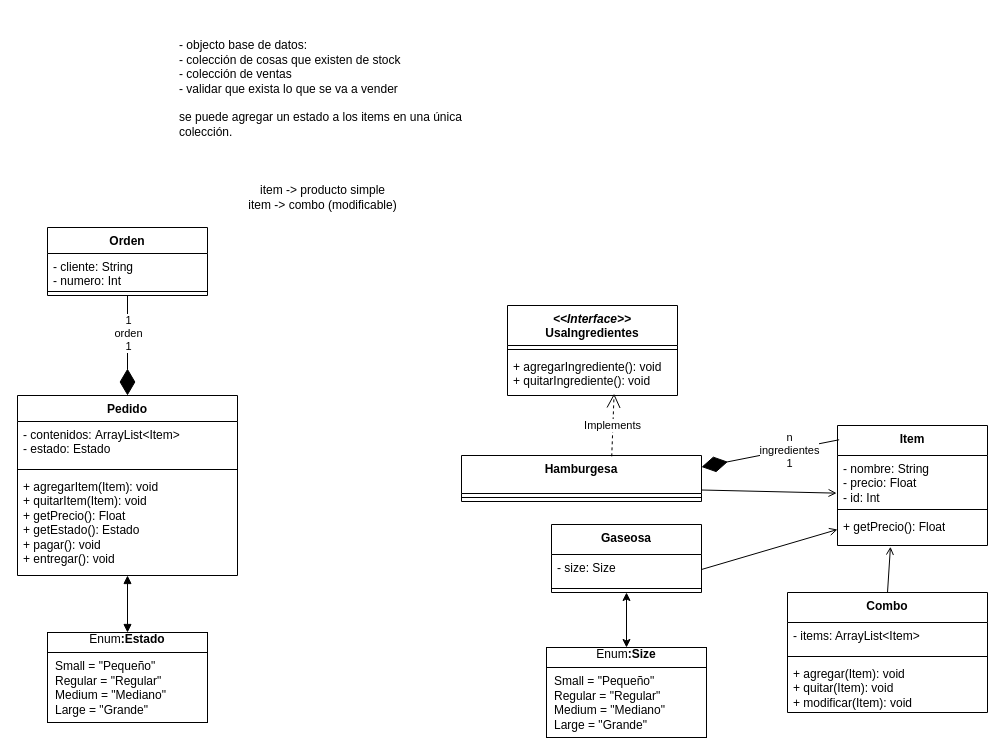
Zasa-san/inspt-programacion2 keeps this draw.io diagram as uml.drawio. Above is the earlier version. Source tidied: cells renumbered, new cells numbered last; positions are measured from the earlier drawing's top-left corner, leaving out a move shared by most shapes. Both pictures are drawn from the tidied source at 100%, with x=0, y=0 at pixel (17, 17).
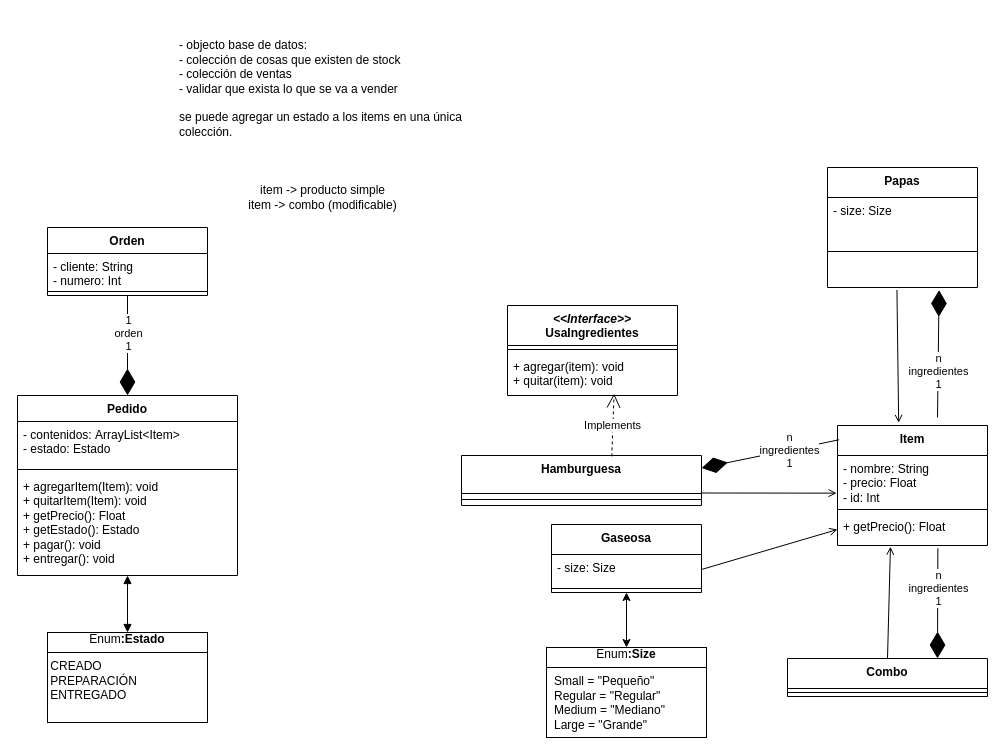
The same diagram, later.

Unchanged cells that the change refers to:
```xml
<mxCell id="5" value="&lt;div&gt;+ agregarItem(Item): void&lt;/div&gt;&lt;div&gt;+ quitarItem(Item): void&lt;/div&gt;&lt;div&gt;+ getPrecio(): Float&lt;/div&gt;&lt;div&gt;+ getEstado(): Estado&lt;/div&gt;&lt;div&gt;+ pagar(): void&lt;/div&gt;&lt;div&gt;+ entregar(): void&lt;/div&gt;" style="text;strokeColor=none;fillColor=none;align=left;verticalAlign=top;spacingLeft=4;spacingRight=4;overflow=hidden;points=[[0,0.5],[1,0.5]];portConstraint=eastwest;whiteSpace=wrap;html=1;" parent="2" vertex="1">
  <mxGeometry y="78" width="220" height="102" as="geometry" />
</mxCell>
<mxCell id="11" value="&lt;div&gt;Item&lt;/div&gt;" style="swimlane;fontStyle=1;align=center;verticalAlign=top;horizontal=1;startSize=30;whiteSpace=wrap;html=1;" parent="1" vertex="1">
  <mxGeometry x="820" y="408" width="150" height="120" as="geometry" />
</mxCell>
<mxCell id="12" value="&lt;div&gt;- nombre: String&lt;/div&gt;&lt;div&gt;- precio: Float&lt;/div&gt;&lt;div&gt;- id: Int&lt;/div&gt;&lt;div&gt;&lt;br&gt;&lt;/div&gt;" style="text;strokeColor=none;fillColor=none;align=left;verticalAlign=top;spacingLeft=4;spacingRight=4;overflow=hidden;points=[[0,0.5],[1,0.5]];portConstraint=eastwest;whiteSpace=wrap;html=1;" parent="11" vertex="1">
  <mxGeometry y="30" width="150" height="50" as="geometry" />
</mxCell>
<mxCell id="14" value="&lt;div&gt;+ getPrecio(): Float&lt;/div&gt;&lt;div&gt;&lt;br&gt;&lt;/div&gt;&lt;div&gt;&lt;br&gt;&lt;/div&gt;" style="text;strokeColor=none;fillColor=none;align=left;verticalAlign=top;spacingLeft=4;spacingRight=4;overflow=hidden;points=[[0,0.5],[1,0.5]];portConstraint=eastwest;whiteSpace=wrap;html=1;" parent="11" vertex="1">
  <mxGeometry y="88" width="150" height="32" as="geometry" />
</mxCell>
<mxCell id="33" value="&lt;div&gt;&lt;i&gt;&amp;lt;&amp;lt;Interface&amp;gt;&amp;gt;&lt;/i&gt;&lt;/div&gt;&lt;div&gt;&lt;b&gt;UsaIngredientes&lt;/b&gt;&lt;/div&gt;" style="swimlane;fontStyle=1;align=center;verticalAlign=top;horizontal=1;startSize=40;whiteSpace=wrap;html=1;" parent="1" vertex="1">
  <mxGeometry x="490" y="288" width="170" height="90" as="geometry" />
</mxCell>
```

Change to the diagram source:
```diff
@@
     <mxCell id="7" value="&lt;div&gt;&lt;span style=&quot;background-color: transparent;&quot;&gt;Combo&lt;/span&gt;&lt;br&gt;&lt;/div&gt;&lt;div&gt;&lt;br&gt;&lt;/div&gt;&lt;div&gt;&lt;br&gt;&lt;/div&gt;" style="swimlane;fontStyle=1;align=center;verticalAlign=top;horizontal=1;startSize=30;whiteSpace=wrap;html=1;" parent="1" vertex="1">
-      <mxGeometry x="770" y="575" width="200" height="120" as="geometry" />
+      <mxGeometry x="770" y="641" width="200" height="38" as="geometry" />
     </mxCell>
-    <mxCell id="8" value="- items: ArrayList&amp;lt;Item&amp;gt;" style="text;strokeColor=none;fillColor=none;align=left;verticalAlign=top;spacingLeft=4;spacingRight=4;overflow=hidden;whiteSpace=wrap;html=1;" parent="7" vertex="1">
-      <mxGeometry y="30" width="200" height="30" as="geometry" />
-    </mxCell>
-    <mxCell id="9" style="line;strokeWidth=1;fillColor=none;align=left;verticalAlign=middle;spacingTop=-1;spacingLeft=3;spacingRight=3;labelPosition=right;strokeColor=inherit;" parent="7" vertex="1">
-      <mxGeometry y="60" width="200" height="8" as="geometry" />
-    </mxCell>
-    <mxCell id="10" value="+ agregar(Item): void&lt;div&gt;+ quitar(Item): void&lt;br&gt;&lt;/div&gt;&lt;div&gt;+ modificar(Item): void&lt;/div&gt;" style="text;strokeColor=none;fillColor=none;align=left;verticalAlign=top;spacingLeft=4;spacingRight=4;overflow=hidden;whiteSpace=wrap;html=1;" parent="7" vertex="1">
-      <mxGeometry y="68" width="200" height="52" as="geometry" />
-    </mxCell>
+    <mxCell id="39" style="line;strokeWidth=1;fillColor=none;align=left;verticalAlign=middle;spacingTop=-1;spacingLeft=3;spacingRight=3;labelPosition=right;strokeColor=inherit;" parent="7" vertex="1">
+      <mxGeometry y="30" width="200" height="8" as="geometry" />
+    </mxCell>
@@
-    <mxCell id="13" style="line;strokeWidth=1;fillColor=none;align=left;verticalAlign=middle;spacingTop=-1;spacingLeft=3;spacingRight=3;labelPosition=right;strokeColor=inherit;" parent="11" vertex="1">
-      <mxGeometry y="80" width="150" height="8" as="geometry" />
-    </mxCell>
+    <mxCell id="40" style="line;strokeWidth=1;fillColor=none;align=left;verticalAlign=middle;spacingTop=-1;spacingLeft=3;spacingRight=3;labelPosition=right;strokeColor=inherit;" parent="11" vertex="1">
+      <mxGeometry y="80" width="150" height="8" as="geometry" />
+    </mxCell>
@@
-    <mxCell id="21" value="&lt;div align=&quot;center&quot;&gt;Enum&lt;b&gt;:Estado&lt;/b&gt;&lt;/div&gt;&lt;hr size=&quot;1&quot; style=&quot;border-style:solid;&quot;&gt;&lt;p style=&quot;margin:0px;margin-left:8px;&quot;&gt;Small = &quot;Pequeño&quot;&lt;/p&gt;&lt;p style=&quot;margin:0px;margin-left:8px;&quot;&gt;Regular = &quot;Regular&quot;&lt;br&gt;Medium = &quot;Mediano&quot;&lt;br&gt;Large = &quot;Grande&quot;&lt;/p&gt;" style="verticalAlign=top;align=left;overflow=fill;html=1;whiteSpace=wrap;" parent="1" vertex="1">
-      <mxGeometry x="30" y="615" width="160" height="90" as="geometry" />
-    </mxCell>
-    <mxCell id="22" style="endArrow=block;startArrow=block;endFill=1;startFill=1;html=1;rounded=0;exitX=0.5;exitY=0;exitDx=0;exitDy=0;" parent="1" edge="1" source="21" target="5">
-      <mxGeometry relative="1" as="geometry" />
-    </mxCell>
+    <mxCell id="41" value="&lt;div align=&quot;center&quot;&gt;Enum&lt;b&gt;:Estado&lt;/b&gt;&lt;/div&gt;&lt;hr size=&quot;1&quot; style=&quot;border-style:solid;&quot;&gt;&amp;nbsp;CREADO&lt;br&gt;&amp;nbsp;PREPARACIÓN&lt;br&gt;&amp;nbsp;ENTREGADO" style="verticalAlign=top;align=left;overflow=fill;html=1;whiteSpace=wrap;" parent="1" vertex="1">
+      <mxGeometry x="30" y="615" width="160" height="90" as="geometry" />
+    </mxCell>
+    <mxCell id="42" style="endArrow=block;startArrow=block;endFill=1;startFill=1;html=1;rounded=0;exitX=0.5;exitY=0;exitDx=0;exitDy=0;" parent="1" edge="1" source="41" target="5">
+      <mxGeometry relative="1" as="geometry" />
+    </mxCell>
@@
-    <mxCell id="30" value="Hamburgesa" style="swimlane;fontStyle=1;align=center;verticalAlign=top;horizontal=1;startSize=38;whiteSpace=wrap;html=1;" parent="1" vertex="1">
-      <mxGeometry x="444" y="438" width="240" height="46" as="geometry" />
-    </mxCell>
-    <mxCell id="31" style="line;strokeWidth=1;fillColor=none;align=left;verticalAlign=middle;spacingTop=-1;spacingLeft=3;spacingRight=3;labelPosition=right;strokeColor=inherit;" parent="30" vertex="1">
-      <mxGeometry y="38" width="240" height="8" as="geometry" />
-    </mxCell>
-    <mxCell id="32" style="endArrow=open;html=1;rounded=0;exitX=1;exitY=0.75;exitDx=0;exitDy=0;entryX=-0.006;entryY=0.753;entryDx=0;entryDy=0;endFill=0;entryPerimeter=0;" parent="1" edge="1" source="30" target="12">
-      <mxGeometry relative="1" as="geometry" />
-    </mxCell>
+    <mxCell id="43" value="&lt;div&gt;Hamburguesa&lt;/div&gt;" style="swimlane;fontStyle=1;align=center;verticalAlign=top;horizontal=1;startSize=38;whiteSpace=wrap;html=1;" parent="1" vertex="1">
+      <mxGeometry x="444" y="438" width="240" height="50" as="geometry" />
+    </mxCell>
+    <mxCell id="44" style="line;strokeWidth=1;fillColor=none;align=left;verticalAlign=middle;spacingTop=-1;spacingLeft=3;spacingRight=3;labelPosition=right;strokeColor=inherit;" parent="43" vertex="1">
+      <mxGeometry y="38" width="240" height="12" as="geometry" />
+    </mxCell>
+    <mxCell id="45" style="endArrow=open;html=1;rounded=0;exitX=1;exitY=0.75;exitDx=0;exitDy=0;entryX=-0.006;entryY=0.753;entryDx=0;entryDy=0;endFill=0;entryPerimeter=0;" parent="1" edge="1" source="43" target="12">
+      <mxGeometry relative="1" as="geometry" />
+    </mxCell>
@@
-    <mxCell id="35" value="&lt;div&gt;+ agregarIngrediente(): void&lt;/div&gt;&lt;div&gt;+ quitarIngrediente(): void&lt;/div&gt;&lt;div&gt;&lt;br&gt;&lt;/div&gt;&lt;div&gt;&lt;br&gt;&lt;/div&gt;" style="text;strokeColor=none;fillColor=none;align=left;verticalAlign=top;spacingLeft=4;spacingRight=4;overflow=hidden;points=[[0,0.5],[1,0.5]];portConstraint=eastwest;whiteSpace=wrap;html=1;" parent="33" vertex="1">
-      <mxGeometry y="48" width="170" height="42" as="geometry" />
-    </mxCell>
+    <mxCell id="46" value="&lt;div&gt;+ agregar(item): void&lt;/div&gt;&lt;div&gt;+ quitar(item): void&lt;/div&gt;&lt;div&gt;&lt;br&gt;&lt;/div&gt;&lt;div&gt;&lt;br&gt;&lt;/div&gt;" style="text;strokeColor=none;fillColor=none;align=left;verticalAlign=top;spacingLeft=4;spacingRight=4;overflow=hidden;points=[[0,0.5],[1,0.5]];portConstraint=eastwest;whiteSpace=wrap;html=1;" parent="33" vertex="1">
+      <mxGeometry y="48" width="170" height="42" as="geometry" />
+    </mxCell>
-    <mxCell id="36" value="Implements" style="endArrow=open;endSize=12;dashed=1;html=1;rounded=0;exitX=0.626;exitY=0.018;exitDx=0;exitDy=0;entryX=0.627;entryY=0.956;entryDx=0;entryDy=0;entryPerimeter=0;exitPerimeter=0;" parent="1" edge="1" source="30" target="35">
+    <mxCell id="36" value="Implements" style="endArrow=open;endSize=12;dashed=1;html=1;rounded=0;exitX=0.626;exitY=0.018;exitDx=0;exitDy=0;entryX=0.627;entryY=0.956;entryDx=0;entryDy=0;entryPerimeter=0;exitPerimeter=0;" parent="1" edge="1" source="43" target="46">
       <mxGeometry relative="1" as="geometry" />
     </mxCell>
-    <mxCell id="37" style="endArrow=diamondThin;endFill=1;endSize=24;html=1;rounded=0;exitX=0.011;exitY=0.119;exitDx=0;exitDy=0;entryX=1;entryY=0.25;entryDx=0;entryDy=0;exitPerimeter=0;" parent="1" edge="1" source="11" target="30">
-      <mxGeometry relative="1" as="geometry" />
-    </mxCell>
-    <mxCell id="38" value="&lt;div&gt;n&lt;/div&gt;&lt;div&gt;ingredientes&lt;/div&gt;&lt;div&gt;1&lt;/div&gt;" style="edgeLabel;html=1;align=center;verticalAlign=middle;" parent="37" vertex="1">
-      <mxGeometry x="-0.27" relative="1" as="geometry" />
-    </mxCell>
+    <mxCell id="47" style="endArrow=diamondThin;endFill=1;endSize=24;html=1;rounded=0;exitX=0.011;exitY=0.119;exitDx=0;exitDy=0;entryX=1;entryY=0.25;entryDx=0;entryDy=0;exitPerimeter=0;" parent="1" edge="1" source="11" target="43">
+      <mxGeometry relative="1" as="geometry" />
+    </mxCell>
+    <mxCell id="48" value="&lt;div&gt;n&lt;/div&gt;&lt;div&gt;ingredientes&lt;/div&gt;&lt;div&gt;1&lt;/div&gt;" style="edgeLabel;html=1;align=center;verticalAlign=middle;" parent="47" vertex="1">
+      <mxGeometry x="-0.27" relative="1" as="geometry" />
+    </mxCell>
+    <mxCell id="49" value="Papas" style="swimlane;fontStyle=1;align=center;verticalAlign=top;horizontal=1;startSize=30;whiteSpace=wrap;html=1;" parent="1" vertex="1">
+      <mxGeometry x="810" y="150" width="150" height="120" as="geometry" />
+    </mxCell>
+    <mxCell id="50" value="&lt;div&gt;- size: Size&lt;/div&gt;&lt;div&gt;&lt;br&gt;&lt;/div&gt;" style="text;strokeColor=none;fillColor=none;align=left;verticalAlign=top;spacingLeft=4;spacingRight=4;overflow=hidden;whiteSpace=wrap;html=1;" parent="49" vertex="1">
+      <mxGeometry y="30" width="150" height="50" as="geometry" />
+    </mxCell>
+    <mxCell id="51" style="line;strokeWidth=1;fillColor=none;align=left;verticalAlign=middle;spacingTop=-1;spacingLeft=3;spacingRight=3;labelPosition=right;strokeColor=inherit;" parent="49" vertex="1">
+      <mxGeometry y="80" width="150" height="8" as="geometry" />
+    </mxCell>
+    <mxCell id="52" value="&lt;br&gt;&lt;div&gt;&lt;br&gt;&lt;/div&gt;&lt;div&gt;&lt;br&gt;&lt;/div&gt;" style="text;strokeColor=none;fillColor=none;align=left;verticalAlign=top;spacingLeft=4;spacingRight=4;overflow=hidden;points=[[0,0.5],[1,0.5]];portConstraint=eastwest;whiteSpace=wrap;html=1;" parent="49" vertex="1">
+      <mxGeometry y="88" width="150" height="32" as="geometry" />
+    </mxCell>
+    <mxCell id="53" style="endArrow=open;html=1;rounded=0;exitX=0.463;exitY=1.078;exitDx=0;exitDy=0;entryX=0.408;entryY=-0.022;entryDx=0;entryDy=0;endFill=0;entryPerimeter=0;exitPerimeter=0;" parent="1" edge="1" source="52" target="11">
+      <mxGeometry relative="1" as="geometry" />
+    </mxCell>
+    <mxCell id="54" style="endArrow=diamondThin;endFill=1;endSize=24;html=1;rounded=0;entryX=0.744;entryY=1.078;entryDx=0;entryDy=0;entryPerimeter=0;" parent="1" edge="1" target="52">
+      <mxGeometry relative="1" as="geometry">
+        <mxPoint x="920" y="400" as="sourcePoint" />
+      </mxGeometry>
+    </mxCell>
+    <mxCell id="55" value="&lt;div&gt;n&lt;/div&gt;&lt;div&gt;ingredientes&lt;/div&gt;&lt;div&gt;1&lt;/div&gt;" style="edgeLabel;html=1;align=center;verticalAlign=middle;" parent="54" vertex="1">
+      <mxGeometry x="-0.27" relative="1" as="geometry" />
+    </mxCell>
+    <mxCell id="56" style="endArrow=diamondThin;endFill=1;endSize=24;html=1;rounded=0;exitX=0.669;exitY=1.089;exitDx=0;exitDy=0;entryX=0.75;entryY=0;entryDx=0;entryDy=0;exitPerimeter=0;" parent="1" edge="1" source="14" target="7">
+      <mxGeometry relative="1" as="geometry" />
+    </mxCell>
+    <mxCell id="57" value="&lt;div&gt;n&lt;/div&gt;&lt;div&gt;ingredientes&lt;/div&gt;&lt;div&gt;1&lt;/div&gt;" style="edgeLabel;html=1;align=center;verticalAlign=middle;" parent="56" vertex="1">
+      <mxGeometry x="-0.27" relative="1" as="geometry" />
+    </mxCell>
```
